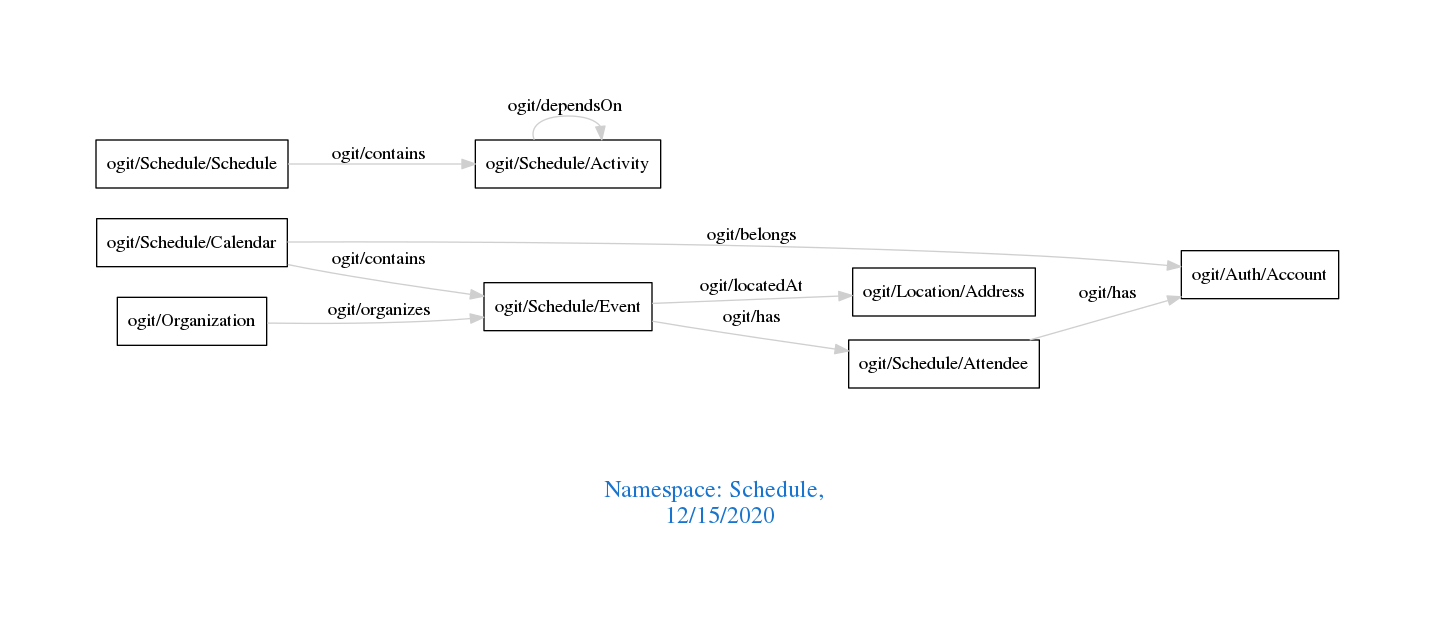
Above: downloads/Schedule.png in arago/OGIT (Graphviz), before the change. Its source is kept beside it as downloads/Schedule.dot.
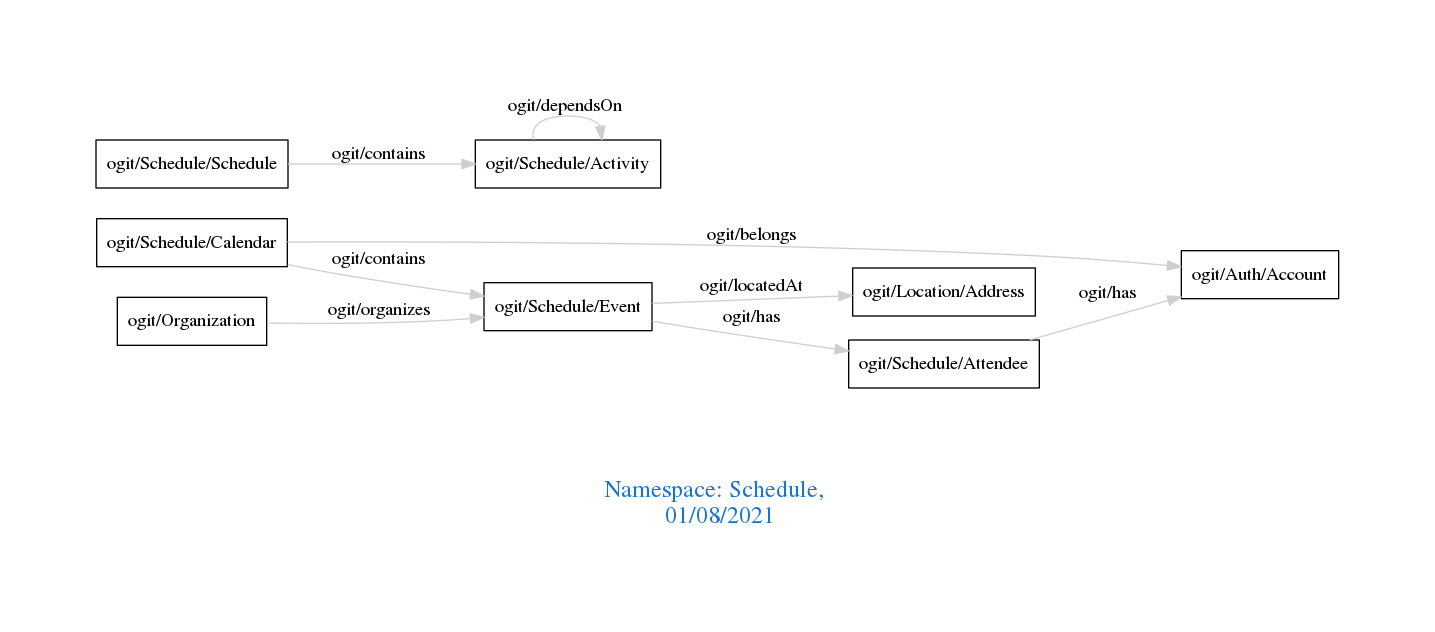
Above is the later version.

Change to the diagram source:
```diff
@@ -1,7 +1,7 @@
 digraph OGIT_ontology {
  graph [ rankdir= LR,pad=1
 fontsize = 18,
-fontcolor= dodgerblue3,label = "\n\n\nNamespace: Schedule, \n 12/15/2020"];
+fontcolor= dodgerblue3,label = "\n\n\nNamespace: Schedule, \n 01/08/2021"];
 node[shape=polygon];
 edge [  color="gray81"];
 
```
